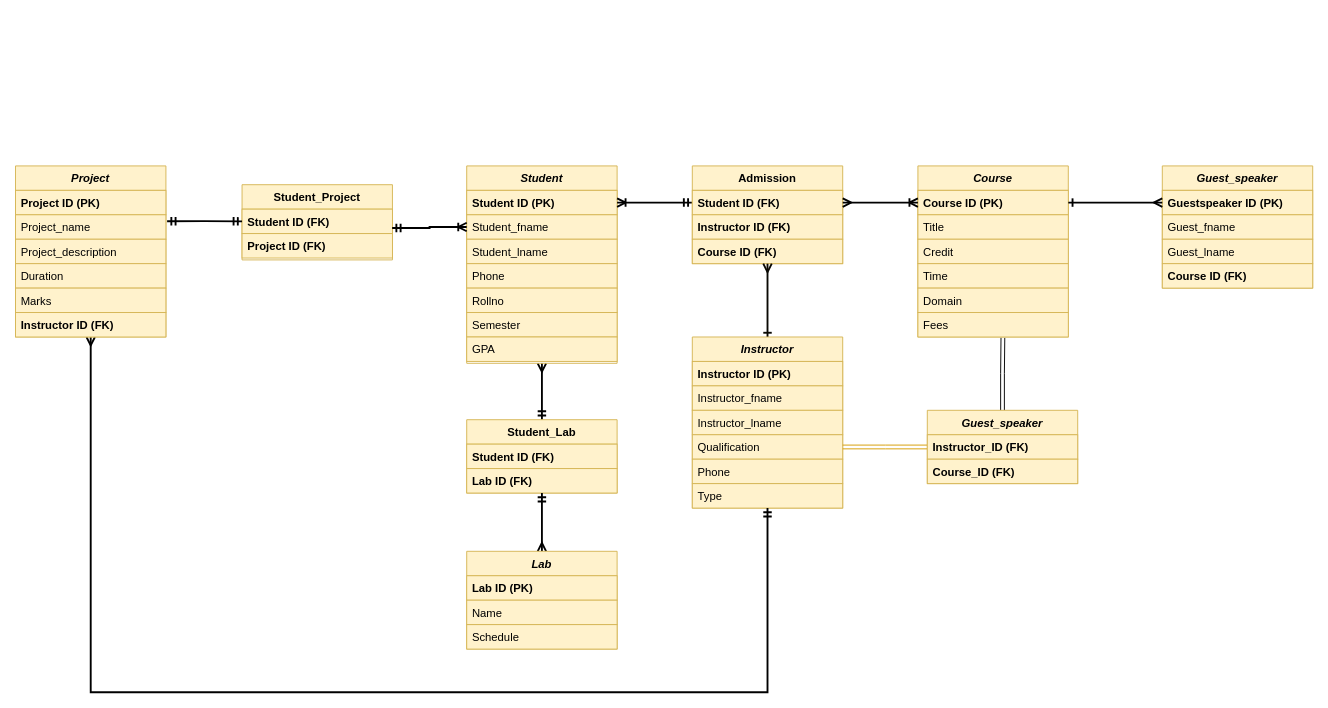
Above: Untitled Diagram.drawio in sujalthakuri/h (draw.io), before the change. Source tidied: cells renumbered, new cells numbered last; positions are measured from the earlier drawing's top-left corner, leaving out a move shared by most shapes. Both pictures are drawn from the tidied source at 94%, with x=0, y=0 at pixel (15, 165).
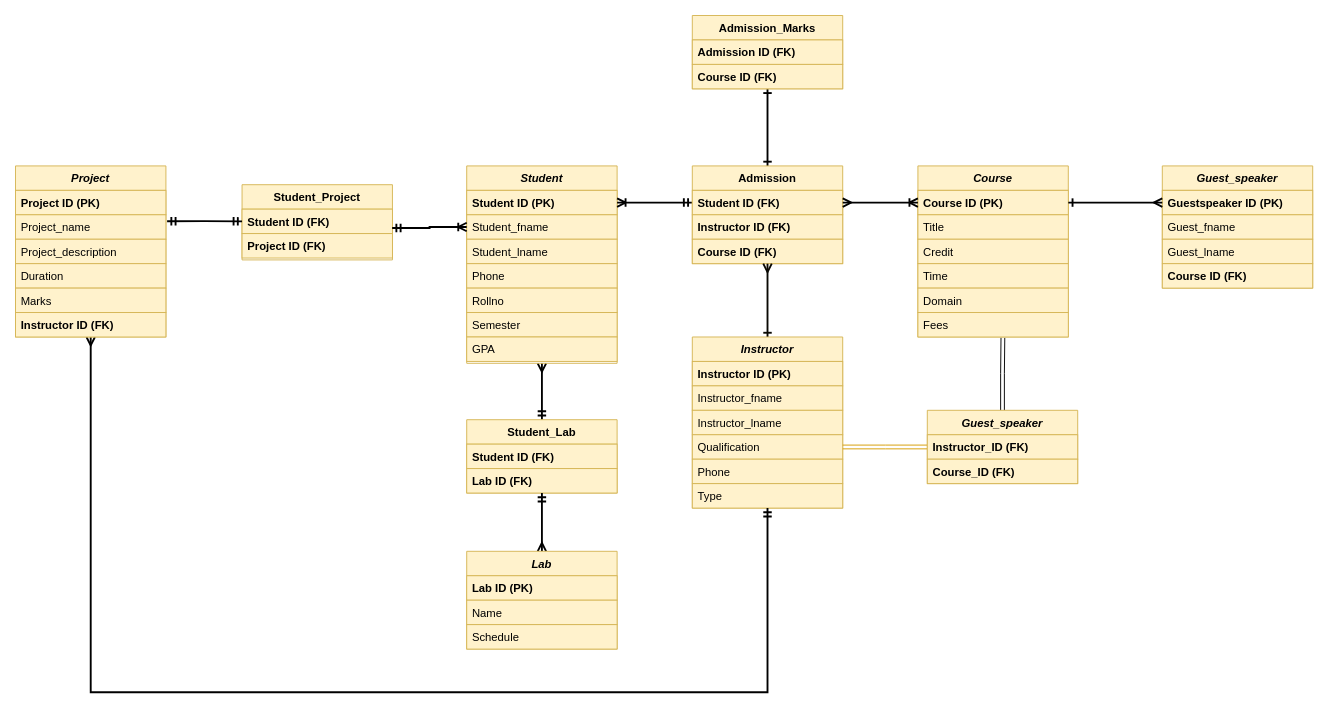
After the change.

The change refers to these unchanged cells:
```xml
<mxCell id="12" value="Admission" style="swimlane;fontStyle=1;align=center;verticalAlign=top;horizontal=1;startSize=26;rounded=0;shadow=0;strokeWidth=1;fillColor=#fff2cc;strokeColor=#d6b656;" parent="1" vertex="1">
  <mxGeometry x="720" width="160" height="104" as="geometry" />
</mxCell>
```

Change to the diagram source:
```diff
@@
+    <mxCell id="64" style="edgeStyle=orthogonalEdgeStyle;rounded=0;jettySize=auto;html=1;exitX=0.5;exitY=0;exitDx=0;exitDy=0;entryX=0.5;entryY=1;entryDx=0;entryDy=0;strokeWidth=2;endArrow=ERone;endFill=0;startArrow=ERone;startFill=0;" parent="1" edge="1" source="12" target="65">
+      <mxGeometry relative="1" as="geometry" />
+    </mxCell>
@@
+    <mxCell id="65" value="Admission_Marks" style="swimlane;fontStyle=1;align=center;verticalAlign=top;horizontal=1;startSize=26;rounded=0;shadow=0;strokeWidth=1;fillColor=#fff2cc;strokeColor=#d6b656;" parent="1" vertex="1">
+      <mxGeometry x="720" y="-160" width="160" height="78" as="geometry" />
+    </mxCell>
+    <mxCell id="66" value="Admission ID (FK)" style="text;align=left;verticalAlign=top;spacingLeft=4;spacingRight=4;overflow=hidden;fontStyle=1;fillColor=#fff2cc;strokeColor=#d6b656;" parent="65" vertex="1">
+      <mxGeometry y="26" width="160" height="26" as="geometry" />
+    </mxCell>
+    <mxCell id="67" value="Course ID (FK)" style="text;align=left;verticalAlign=top;spacingLeft=4;spacingRight=4;overflow=hidden;rounded=0;shadow=0;html=0;fontStyle=1;fillColor=#fff2cc;strokeColor=#d6b656;" parent="65" vertex="1">
+      <mxGeometry y="52" width="160" height="26" as="geometry" />
+    </mxCell>
```
